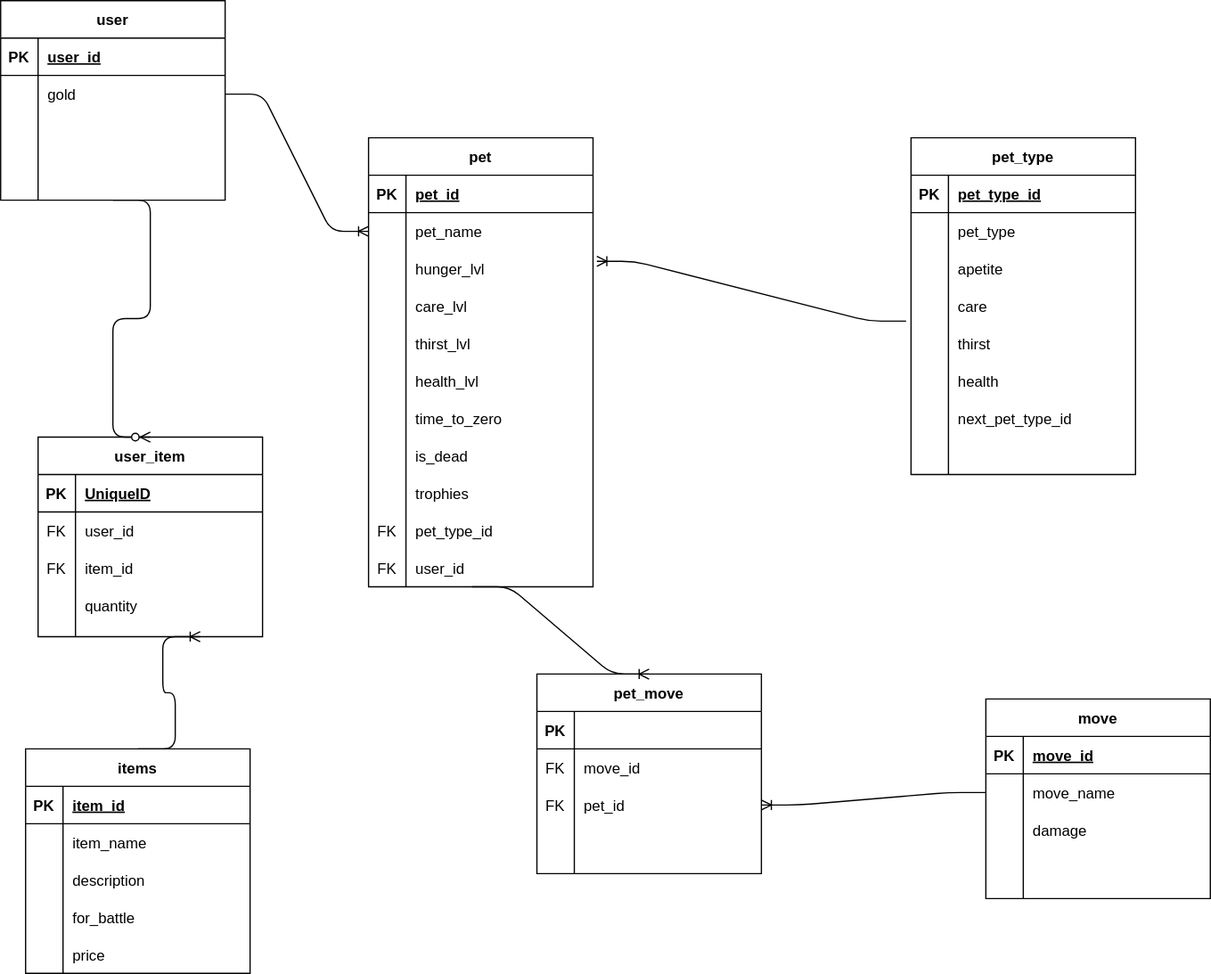
Earlier version of the draw.io export plan/schema-planning.svg (chinnep/DigiPets). Source tidied: cells renumbered, new cells last; positions are measured from the earlier drawing's top-left corner, leaving out a move shared by most shapes.
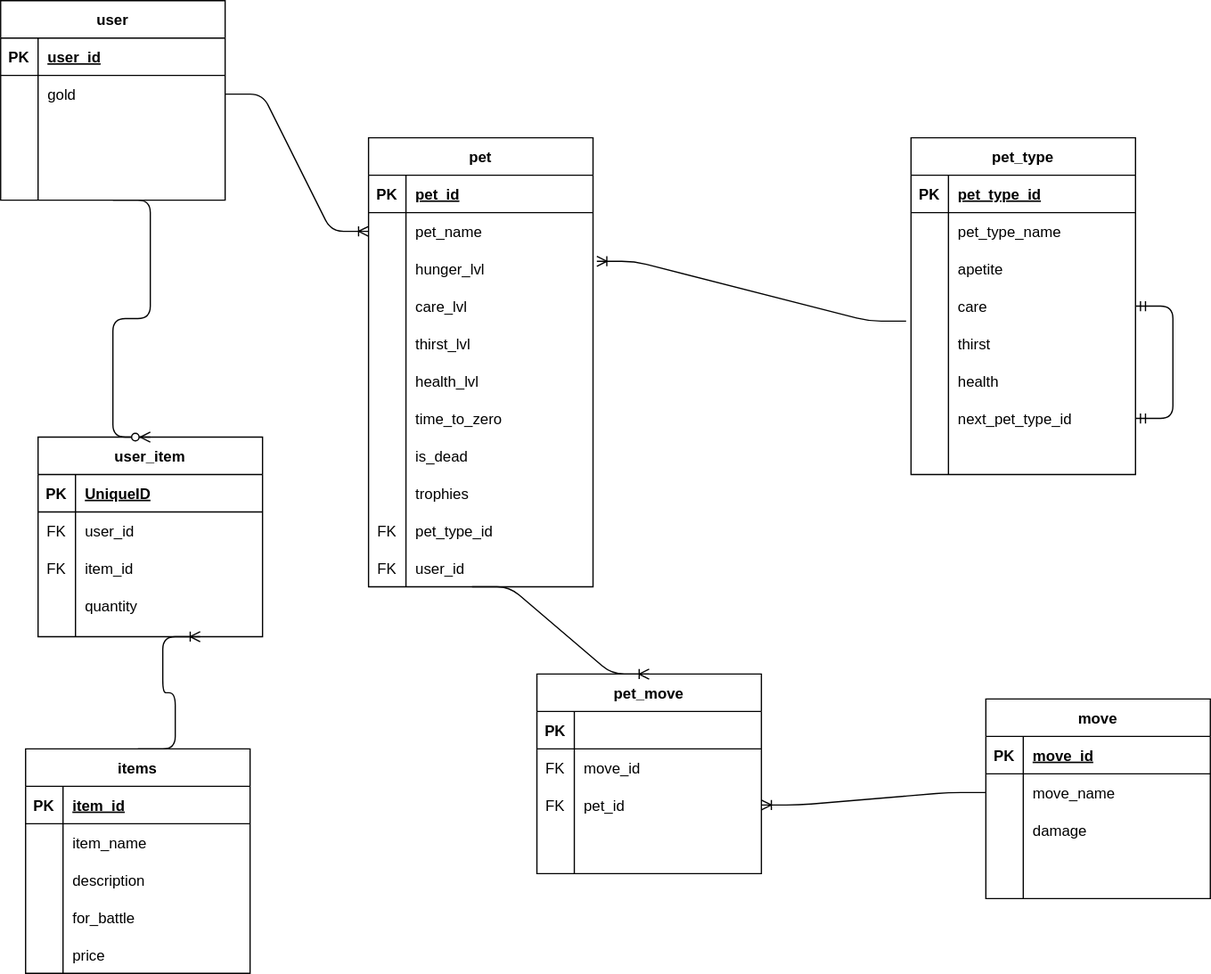
Later version of the same file.

Commit message:
self-referencing

The edit, as a diff of the source:
```diff
@@ -217,7 +217,7 @@
     <mxCell id="72" style="shape=partialRectangle;fillColor=none;top=0;left=0;bottom=0;right=0;overflow=hidden;" parent="71" vertex="1">
       <mxGeometry width="30" height="30" as="geometry" />
     </mxCell>
-    <mxCell id="73" value="pet_type" style="shape=partialRectangle;fillColor=none;top=0;left=0;bottom=0;right=0;align=left;spacingLeft=6;overflow=hidden;" parent="71" vertex="1">
+    <mxCell id="73" value="pet_type_name" style="shape=partialRectangle;fillColor=none;top=0;left=0;bottom=0;right=0;align=left;spacingLeft=6;overflow=hidden;" parent="71" vertex="1">
       <mxGeometry x="30" width="150" height="30" as="geometry" />
     </mxCell>
     <mxCell id="74" style="shape=partialRectangle;fillColor=none;top=0;left=0;bottom=0;right=0;" parent="67" vertex="1">
@@ -274,6 +274,9 @@
     <mxCell id="91" style="shape=partialRectangle;fillColor=none;top=0;left=0;bottom=0;right=0;align=left;spacingLeft=6;overflow=hidden;" parent="89" vertex="1">
       <mxGeometry x="30" width="150" height="30" as="geometry" />
     </mxCell>
+    <mxCell id="135" style="edgeStyle=entityRelationEdgeStyle;fontSize=12;html=1;endArrow=ERmandOne;startArrow=ERmandOne;" parent="67" edge="1" source="86" target="77">
+      <mxGeometry relative="1" as="geometry" />
+    </mxCell>
     <mxCell id="92" value="move" style="shape=table;startSize=30;rowLines=0;fontStyle=1;align=center;" parent="1" vertex="1">
       <mxGeometry x="790" y="560" width="180" height="160" as="geometry" />
     </mxCell>
```
